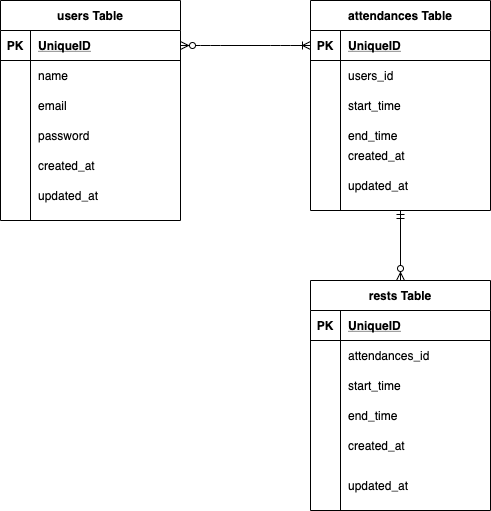
This is ER.drawio.png from makoto-0358/20210918_Advance_Atte, a draw.io export, as it was before one commit. Source tidied: cells renumbered, new cells last; positions are measured from the earlier drawing's top-left corner, leaving out a move shared by most shapes.
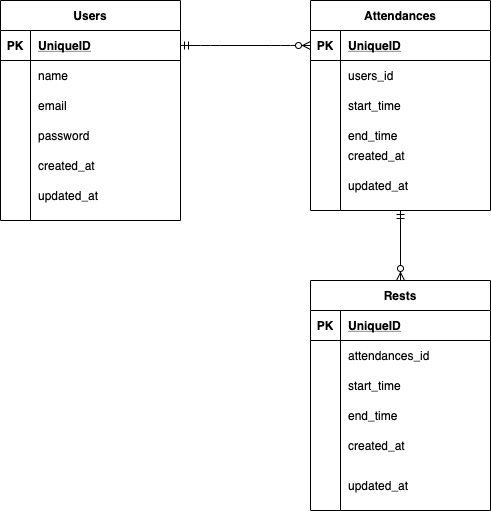
After the change.

Commit message:
developブランチ作成＆ER図修正

Diff of the diagram source:
```diff
@@ -2,7 +2,7 @@
   <root>
     <mxCell id="0" />
     <mxCell id="1" parent="0" />
-    <mxCell id="2" value="users Table" style="shape=table;startSize=30;rowLines=0;fontStyle=1;align=center;" parent="1" vertex="1">
+    <mxCell id="2" value="Users" style="shape=table;startSize=30;rowLines=0;fontStyle=1;align=center;" parent="1" vertex="1">
       <mxGeometry width="180" height="220" as="geometry" />
     </mxCell>
     <mxCell id="3" style="shape=partialRectangle;fillColor=none;top=0;left=0;bottom=1;right=0;points=[[0,0.5],[1,0.5]];portConstraint=eastwest;" parent="2" vertex="1">
@@ -41,7 +41,7 @@
     <mxCell id="14" value="password" style="shape=partialRectangle;fillColor=none;top=0;left=0;bottom=0;right=0;align=left;spacingLeft=6;overflow=hidden;" parent="12" vertex="1">
       <mxGeometry x="30" width="150" height="30" as="geometry" />
     </mxCell>
-    <mxCell id="15" value="attendances Table" style="shape=table;startSize=30;rowLines=0;fontStyle=1;align=center;" parent="1" vertex="1">
+    <mxCell id="15" value="Attendances" style="shape=table;startSize=30;rowLines=0;fontStyle=1;align=center;" parent="1" vertex="1">
       <mxGeometry x="310" width="180" height="210" as="geometry" />
     </mxCell>
     <mxCell id="16" style="shape=partialRectangle;fillColor=none;top=0;left=0;bottom=1;right=0;points=[[0,0.5],[1,0.5]];portConstraint=eastwest;" parent="15" vertex="1">
@@ -74,10 +74,10 @@
     <mxCell id="25" value="end_time" style="shape=partialRectangle;fillColor=none;top=0;left=0;bottom=0;right=0;align=left;spacingLeft=6;overflow=hidden;" parent="1" vertex="1">
       <mxGeometry x="340" y="120" width="150" height="30" as="geometry" />
     </mxCell>
-    <mxCell id="26" style="edgeStyle=entityRelationEdgeStyle;fontSize=12;html=1;endArrow=ERoneToMany;startArrow=ERzeroToMany;entryX=0;entryY=0.5;entryDx=0;entryDy=0;exitX=1;exitY=0.5;exitDx=0;exitDy=0;" parent="1" edge="1" source="3" target="16">
+    <mxCell id="26" style="edgeStyle=entityRelationEdgeStyle;fontSize=12;html=1;endArrow=ERzeroToMany;startArrow=ERmandOne;entryX=0;entryY=0.5;entryDx=0;entryDy=0;exitX=1;exitY=0.5;exitDx=0;exitDy=0;startFill=0;endFill=1;" parent="1" edge="1" source="3" target="16">
       <mxGeometry relative="1" as="geometry" />
     </mxCell>
-    <mxCell id="27" value="rests Table" style="shape=table;startSize=30;rowLines=0;fontStyle=1;align=center;" parent="1" vertex="1">
+    <mxCell id="27" value="Rests" style="shape=table;startSize=30;rowLines=0;fontStyle=1;align=center;" parent="1" vertex="1">
       <mxGeometry x="310" y="280" width="180" height="230" as="geometry" />
     </mxCell>
     <mxCell id="28" style="shape=partialRectangle;fillColor=none;top=0;left=0;bottom=1;right=0;" parent="27" vertex="1">
```
